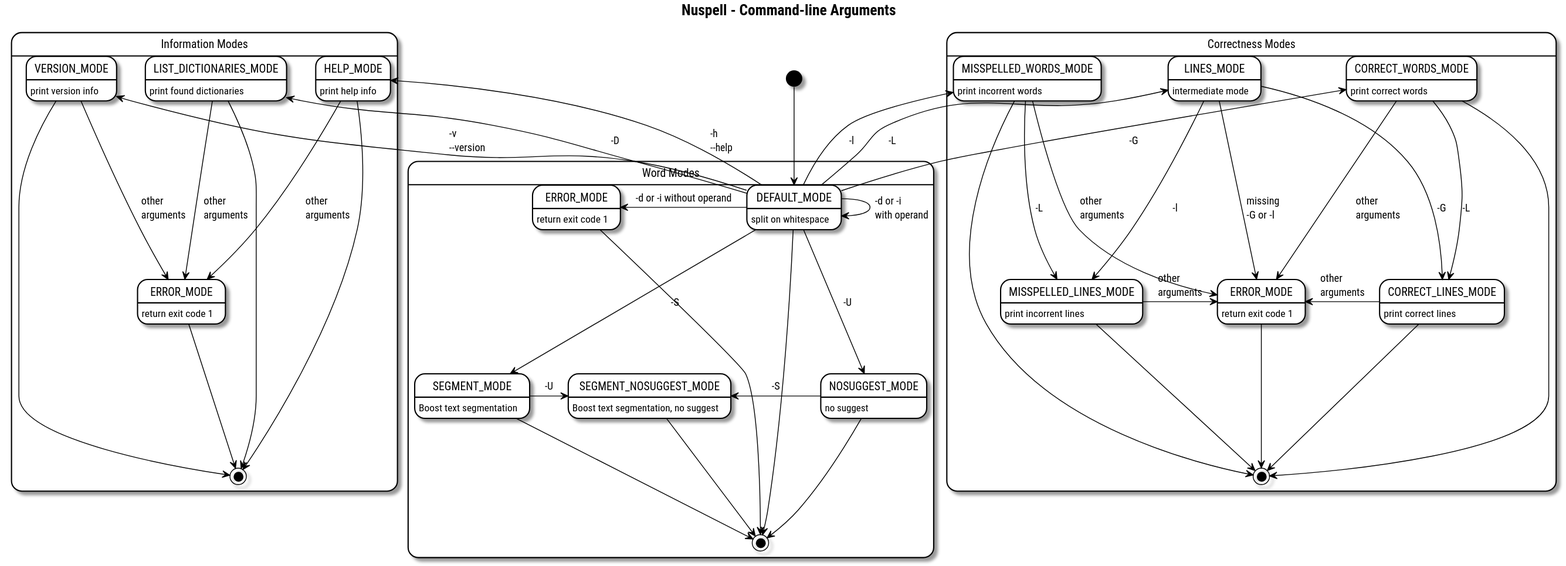
This is uml/state-diagrams/30-command-line-arguments-state-diagram.svg from nuspell/misc-nuspell, a PlantUML export, as it was before one commit. Its diagram source:
```plantuml
@startuml
skinparam BackgroundColor White|White
skinparam ArrowColor Black
skinparam DefaultFontName Roboto Condensed
skinparam TitleFontStyle Bold

skinparam NoteBackgroundColor White
skinparam NoteBorderColor Black

skinparam UsecaseBackgroundColor White
skinparam ActorBackgroundColor White
skinparam UsecaseBorderColor Black
skinparam ActorBorderColor Black

skinparam usecase {
	BackgroundColor<<for now out of scope>> Gray
}

skinparam StateBackgroundColor White
skinparam StateBorderColor Black

skinparam ActivityBackgroundColor White
skinparam ActivityDiamondBackgroundColor White
skinparam ActivityBorderColor Black
skinparam ActivityDiamondBorderColor Black

skinparam ClassBackgroundColor White
skinparam ClassBorderColor Black
hide empty members

title Nuspell - Command-line Arguments

state "Word Modes" as wm {
	DEFAULT_MODE : split on whitespace
	DEFAULT_MODE --> [*]
	DEFAULT_MODE --> DEFAULT_MODE : -d or -i\lwith operand
	DEFAULT_MODE -down-> SEGMENT_MODE : -S
	DEFAULT_MODE -down-> NOSUGGEST_MODE : -U
	DEFAULT_MODE -left-> e1 : -d or -i without operand
	NOSUGGEST_MODE : no suggest
	NOSUGGEST_MODE --> [*]
	NOSUGGEST_MODE -left-> SEGMENT_NOSUGGEST_MODE : -S
	SEGMENT_MODE : Boost text segmentation
	SEGMENT_MODE --> [*]
	SEGMENT_MODE -right-> SEGMENT_NOSUGGEST_MODE : -U
	SEGMENT_NOSUGGEST_MODE : Boost text segmentation, no suggest
	SEGMENT_NOSUGGEST_MODE --> [*]
	state "ERROR_MODE" as e1
	e1 : return exit code 1
	e1 --> [*]
}

state "Information Modes" as im {
	LIST_DICTIONARIES_MODE --> [*]
	HELP_MODE : print help info
	HELP_MODE --> [*]
	VERSION_MODE : print version info
	VERSION_MODE --> [*]
	LIST_DICTIONARIES_MODE : print found dictionaries
	LIST_DICTIONARIES_MODE --> e2 : other\larguments
	HELP_MODE --> e2 : other\larguments
	VERSION_MODE --> e2 : other\larguments
	state "ERROR_MODE" as e2
	e2 : return exit code 1
	e2 --> [*]
}

state "Correctness Modes" as cm {
	MISSPELLED_LINES_MODE : print incorrent lines
	MISSPELLED_LINES_MODE --> [*]
	MISSPELLED_LINES_MODE -right-> e3 : other\larguments
	MISSPELLED_WORDS_MODE : print incorrent words
	MISSPELLED_WORDS_MODE --> [*]
	MISSPELLED_WORDS_MODE --> MISSPELLED_LINES_MODE : -L
	MISSPELLED_WORDS_MODE --> e3 : other\larguments
	CORRECT_LINES_MODE : print correct lines
	CORRECT_LINES_MODE --> [*]
	CORRECT_LINES_MODE -left-> e3 : other\larguments
	CORRECT_WORDS_MODE : print correct words
	CORRECT_WORDS_MODE --> [*]
	CORRECT_WORDS_MODE --> CORRECT_LINES_MODE : -L
	CORRECT_WORDS_MODE --> e3 : other\larguments
	LINES_MODE : intermediate mode
	LINES_MODE --> MISSPELLED_LINES_MODE : -l
	LINES_MODE --> CORRECT_LINES_MODE : -G
	LINES_MODE --> e3 : missing\l-G or -l
	state "ERROR_MODE" as e3
	e3 : return exit code 1
	e3 --> [*]
}

[*] --> DEFAULT_MODE

DEFAULT_MODE -up-> LIST_DICTIONARIES_MODE : -D
DEFAULT_MODE -up-> HELP_MODE : -h\l--help
DEFAULT_MODE -up-> VERSION_MODE : -v\l--version

DEFAULT_MODE -up-> CORRECT_WORDS_MODE : -G
DEFAULT_MODE -up-> MISSPELLED_WORDS_MODE : -l
DEFAULT_MODE -up-> LINES_MODE : -L

@enduml
```
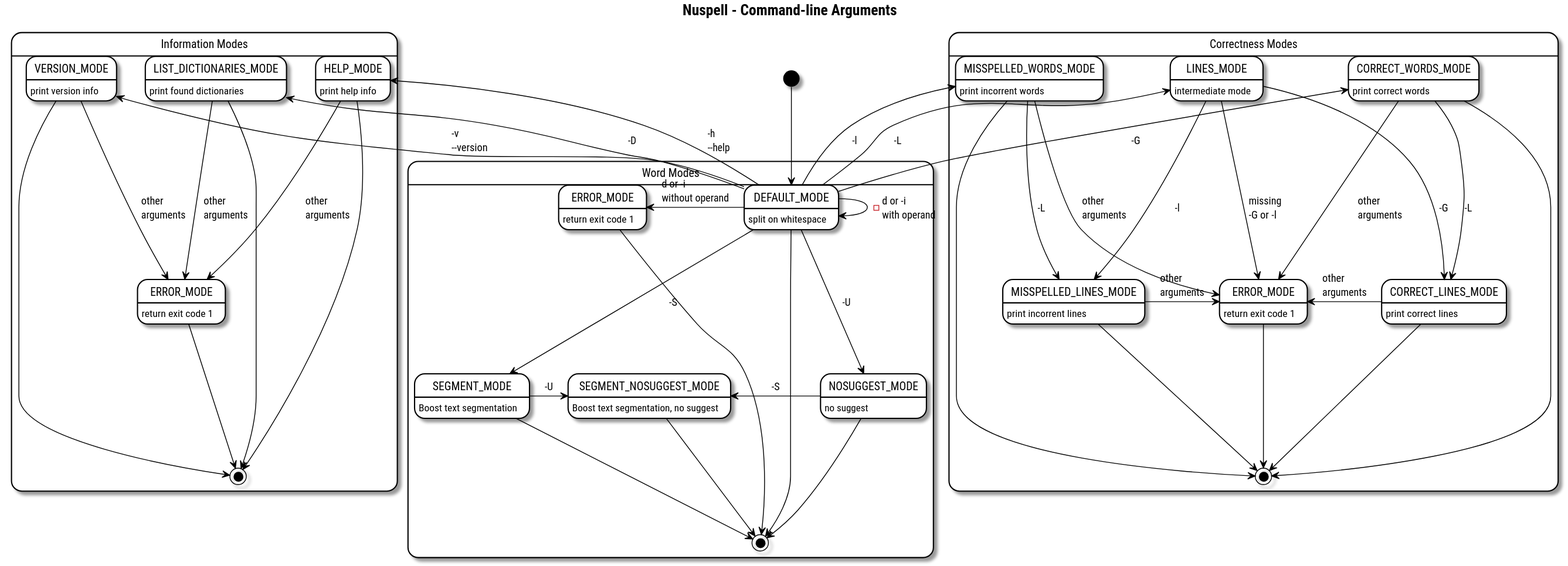
After the change.

Diff of the diagram source:
```diff
@@ -36,7 +36,7 @@
 	DEFAULT_MODE --> DEFAULT_MODE : -d or -i\lwith operand
 	DEFAULT_MODE -down-> SEGMENT_MODE : -S
 	DEFAULT_MODE -down-> NOSUGGEST_MODE : -U
-	DEFAULT_MODE -left-> e1 : -d or -i without operand
+	DEFAULT_MODE -left-> e1 : -d or -i\lwithout operand
 	NOSUGGEST_MODE : no suggest
 	NOSUGGEST_MODE --> [*]
 	NOSUGGEST_MODE -left-> SEGMENT_NOSUGGEST_MODE : -S
```
